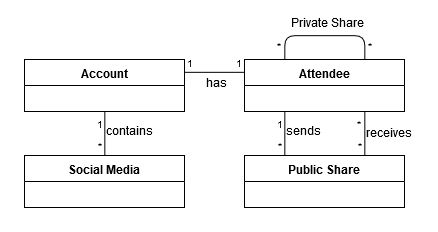
softeng-feup/open-cx-heapsdontlie keeps this draw.io diagram as assets/domain-model.png. Above is the earlier version. Source tidied: cells renumbered, new cells last; positions are measured from the earlier drawing's top-left corner, leaving out a move shared by most shapes.
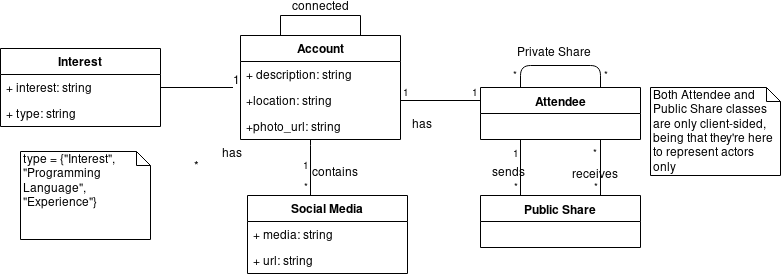
After the commit.

Commit message:
Changed domain model specification

The edit, as a diff of the source:
```diff
@@ -3,7 +3,7 @@
     <mxCell id="0" />
     <mxCell id="1" parent="0" />
     <mxCell id="2" value="Public Share" style="swimlane;fontStyle=1;align=center;verticalAlign=top;horizontal=1;startSize=26;" parent="1" vertex="1">
-      <mxGeometry x="220" y="140" width="160" height="52" as="geometry" />
+      <mxGeometry x="250" y="140" width="160" height="52" as="geometry" />
     </mxCell>
     <mxCell id="3" style="endArrow=none;html=1;edgeStyle=orthogonalEdgeStyle;exitX=0.25;exitY=1;exitDx=0;exitDy=0;entryX=0.25;entryY=0;entryDx=0;entryDy=0;" parent="1" edge="1" source="9" target="2">
       <mxGeometry relative="1" as="geometry" />
@@ -20,15 +20,12 @@
       <mxGeometry x="260" y="108" width="50" height="20" as="geometry" />
     </mxCell>
     <mxCell id="7" value="Private Share" style="text;html=1;align=left;verticalAlign=top;spacingTop=-4;" parent="1" vertex="1">
-      <mxGeometry x="265" width="90" height="20" as="geometry" />
+      <mxGeometry x="285" y="-12" width="90" height="20" as="geometry" />
     </mxCell>
-    <mxCell id="8" value="Account" style="swimlane;fontStyle=1;align=center;verticalAlign=top;horizontal=1;startSize=26;" parent="1" vertex="1">
-      <mxGeometry y="44" width="160" height="52" as="geometry" />
-    </mxCell>
     <mxCell id="9" value="Attendee" style="swimlane;fontStyle=1;align=center;verticalAlign=top;horizontal=1;startSize=26;" parent="1" vertex="1">
-      <mxGeometry x="220" y="44" width="160" height="52" as="geometry" />
+      <mxGeometry x="250" y="32" width="160" height="52" as="geometry" />
     </mxCell>
-    <mxCell id="10" style="endArrow=none;html=1;edgeStyle=orthogonalEdgeStyle;exitX=1;exitY=0.25;exitDx=0;exitDy=0;entryX=0;entryY=0.25;entryDx=0;entryDy=0;" parent="1" edge="1" source="8" target="9">
+    <mxCell id="10" style="endArrow=none;html=1;edgeStyle=orthogonalEdgeStyle;exitX=1;exitY=0.5;exitDx=0;exitDy=0;entryX=0;entryY=0.25;entryDx=0;entryDy=0;" parent="1" edge="1" source="32" target="9">
       <mxGeometry relative="1" as="geometry" />
     </mxCell>
     <mxCell id="11" value="1" style="html=1;align=left;verticalAlign=bottom;labelBackgroundColor=#ffffff;fontSize=10;" parent="10" vertex="1">
@@ -40,11 +37,11 @@
     <mxCell id="13" value="has" style="text;html=1;align=left;verticalAlign=top;spacingTop=-4;" parent="1" vertex="1">
       <mxGeometry x="180" y="60" width="40" height="20" as="geometry" />
     </mxCell>
-    <mxCell id="14" value="Social Media" style="swimlane;fontStyle=1;align=center;verticalAlign=top;horizontal=1;startSize=26;" parent="1" vertex="1">
-      <mxGeometry y="140" width="160" height="52" as="geometry" />
-    </mxCell>
-    <mxCell id="15" style="endArrow=none;html=1;edgeStyle=orthogonalEdgeStyle;exitX=0.5;exitY=1;exitDx=0;exitDy=0;entryX=0.5;entryY=0;entryDx=0;entryDy=0;" parent="1" edge="1" source="8" target="14">
-      <mxGeometry relative="1" as="geometry" />
+    <mxCell id="15" style="endArrow=none;html=1;edgeStyle=orthogonalEdgeStyle;exitX=0.5;exitY=1;exitDx=0;exitDy=0;entryX=0.5;entryY=0;entryDx=0;entryDy=0;" parent="1" edge="1">
+      <mxGeometry relative="1" as="geometry">
+        <mxPoint x="80" y="96" as="sourcePoint" />
+        <mxPoint x="80" y="140" as="targetPoint" />
+      </mxGeometry>
     </mxCell>
     <mxCell id="16" value="&lt;div&gt;1&lt;/div&gt;" style="html=1;align=left;verticalAlign=bottom;labelBackgroundColor=#ffffff;fontSize=10;" parent="15" vertex="1">
       <mxGeometry x="-1" relative="1" as="geometry">
@@ -60,8 +57,8 @@
     <mxCell id="19" style="endArrow=none;html=1;edgeStyle=orthogonalEdgeStyle;entryX=0.75;entryY=0;entryDx=0;entryDy=0;exitX=0.25;exitY=0;exitDx=0;exitDy=0;" parent="1" edge="1" source="9" target="9">
       <mxGeometry relative="1" as="geometry">
         <Array as="points">
-          <mxPoint x="260" y="20" />
-          <mxPoint x="340" y="20" />
+          <mxPoint x="290" y="10" />
+          <mxPoint x="370" y="10" />
         </Array>
       </mxGeometry>
     </mxCell>
@@ -91,5 +88,76 @@
     <mxCell id="25" value="&lt;div&gt;receives&lt;/div&gt;" style="text;html=1;align=left;verticalAlign=top;spacingTop=-4;" parent="1" vertex="1">
       <mxGeometry x="340" y="110" width="60" height="20" as="geometry" />
     </mxCell>
+    <mxCell id="26" style="edgeStyle=orthogonalEdgeStyle;rounded=0;jettySize=auto;html=1;entryX=0.5;entryY=1;entryDx=0;entryDy=0;endArrow=none;endFill=0;" parent="1" edge="1" source="14" target="8">
+      <mxGeometry relative="1" as="geometry">
+        <Array as="points">
+          <mxPoint x="80" y="90" />
+          <mxPoint x="80" y="90" />
+        </Array>
+      </mxGeometry>
+    </mxCell>
+    <mxCell id="14" value="Social Media" style="swimlane;fontStyle=1;horizontal=1;startSize=26;fillColor=none;" parent="1" vertex="1">
+      <mxGeometry x="17" y="140" width="160" height="78" as="geometry" />
+    </mxCell>
+    <mxCell id="27" value="+ media: string" style="text;strokeColor=none;fillColor=none;align=left;verticalAlign=top;spacingLeft=4;spacingRight=4;overflow=hidden;" parent="14" vertex="1">
+      <mxGeometry y="26" width="160" height="26" as="geometry" />
+    </mxCell>
+    <mxCell id="28" value="+ url: string&#10;" style="text;strokeColor=none;fillColor=none;align=left;verticalAlign=top;spacingLeft=4;spacingRight=4;overflow=hidden;" parent="14" vertex="1">
+      <mxGeometry y="52" width="160" height="26" as="geometry" />
+    </mxCell>
+    <mxCell id="29" style="edgeStyle=orthogonalEdgeStyle;rounded=0;jettySize=auto;html=1;endArrow=none;endFill=0;" parent="1" edge="1" source="8" target="34">
+      <mxGeometry relative="1" as="geometry" />
+    </mxCell>
+    <mxCell id="30" value="&lt;div&gt;1&lt;/div&gt;&lt;div&gt;&lt;br&gt;&lt;/div&gt;" style="text;html=1;align=center;verticalAlign=middle;labelBackgroundColor=#ffffff;" parent="29" vertex="1">
+      <mxGeometry x="-0.61" y="1" relative="1" as="geometry">
+        <mxPoint x="11" y="-1" as="offset" />
+      </mxGeometry>
+    </mxCell>
+    <mxCell id="8" value="Account" style="swimlane;fontStyle=1;horizontal=1;startSize=26;fillColor=none;" parent="1" vertex="1">
+      <mxGeometry x="10" y="-20" width="160" height="104" as="geometry" />
+    </mxCell>
+    <mxCell id="31" value="+ description: string" style="text;strokeColor=none;fillColor=none;align=left;verticalAlign=top;spacingLeft=4;spacingRight=4;overflow=hidden;" parent="8" vertex="1">
+      <mxGeometry y="26" width="160" height="26" as="geometry" />
+    </mxCell>
+    <mxCell id="32" value="+location: string&#10;" style="text;strokeColor=none;fillColor=none;align=left;verticalAlign=top;spacingLeft=4;spacingRight=4;overflow=hidden;points=[[0,0.5],[1,0.5]];portConstraint=eastwest;" parent="8" vertex="1">
+      <mxGeometry y="52" width="160" height="26" as="geometry" />
+    </mxCell>
+    <mxCell id="33" value="+photo_url: string&#10;" style="text;strokeColor=none;fillColor=none;align=left;verticalAlign=top;spacingLeft=4;spacingRight=4;overflow=hidden;" parent="8" vertex="1">
+      <mxGeometry y="78" width="160" height="26" as="geometry" />
+    </mxCell>
+    <mxCell id="34" value="Interest" style="swimlane;fontStyle=1;horizontal=1;startSize=26;fillColor=none;" parent="1" vertex="1">
+      <mxGeometry x="-230" y="-7" width="160" height="78" as="geometry" />
+    </mxCell>
+    <mxCell id="35" value="+ interest: string" style="text;strokeColor=none;fillColor=none;align=left;verticalAlign=top;spacingLeft=4;spacingRight=4;overflow=hidden;" parent="34" vertex="1">
+      <mxGeometry y="26" width="160" height="26" as="geometry" />
+    </mxCell>
+    <mxCell id="36" value="+ type: string" style="text;strokeColor=none;fillColor=none;align=left;verticalAlign=top;spacingLeft=4;spacingRight=4;overflow=hidden;" parent="34" vertex="1">
+      <mxGeometry y="52" width="160" height="26" as="geometry" />
+    </mxCell>
+    <mxCell id="37" value="has" style="text;html=1;align=left;verticalAlign=top;spacingTop=-4;" parent="1" vertex="1">
+      <mxGeometry x="-10" y="89" width="40" height="20" as="geometry" />
+    </mxCell>
+    <mxCell id="38" value="&lt;div&gt;*&lt;/div&gt;" style="text;html=1;align=left;verticalAlign=top;spacingTop=-4;" parent="1" vertex="1">
+      <mxGeometry x="-38" y="102" width="20" height="20" as="geometry" />
+    </mxCell>
+    <mxCell id="39" value="&lt;div&gt;type = {&quot;Interest&quot;, &lt;br&gt;&lt;/div&gt;&lt;div&gt;&quot;Programming Language&quot;,&lt;/div&gt;&lt;div&gt;&quot;Experience&quot;}&lt;br&gt;&lt;/div&gt;" style="shape=note;whiteSpace=wrap;html=1;size=14;verticalAlign=top;align=left;spacingTop=-6;" parent="1" vertex="1">
+      <mxGeometry x="-210" y="96" width="130" height="88" as="geometry" />
+    </mxCell>
+    <mxCell id="40" style="edgeStyle=orthogonalEdgeStyle;rounded=0;orthogonalLoop=1;jettySize=auto;html=1;exitX=0.25;exitY=0;exitDx=0;exitDy=0;entryX=0.75;entryY=0;entryDx=0;entryDy=0;endArrow=none;endFill=0;" parent="1" edge="1" source="8" target="8">
+      <mxGeometry relative="1" as="geometry">
+        <Array as="points">
+          <mxPoint x="50" y="-40" />
+          <mxPoint x="130" y="-40" />
+        </Array>
+      </mxGeometry>
+    </mxCell>
+    <mxCell id="41" value="&lt;div&gt;connected&lt;/div&gt;" style="text;html=1;align=center;verticalAlign=middle;labelBackgroundColor=#ffffff;" parent="40" vertex="1">
+      <mxGeometry x="0.17" y="-2" relative="1" as="geometry">
+        <mxPoint x="-10" y="-12" as="offset" />
+      </mxGeometry>
+    </mxCell>
+    <mxCell id="42" value="Both Attendee and Public Share classes are only client-sided, being that they're here to represent actors only" style="shape=note;whiteSpace=wrap;html=1;size=14;verticalAlign=top;align=left;spacingTop=-6;" parent="1" vertex="1">
+      <mxGeometry x="420" y="32" width="130" height="88" as="geometry" />
+    </mxCell>
   </root>
 </mxGraphModel>
```
